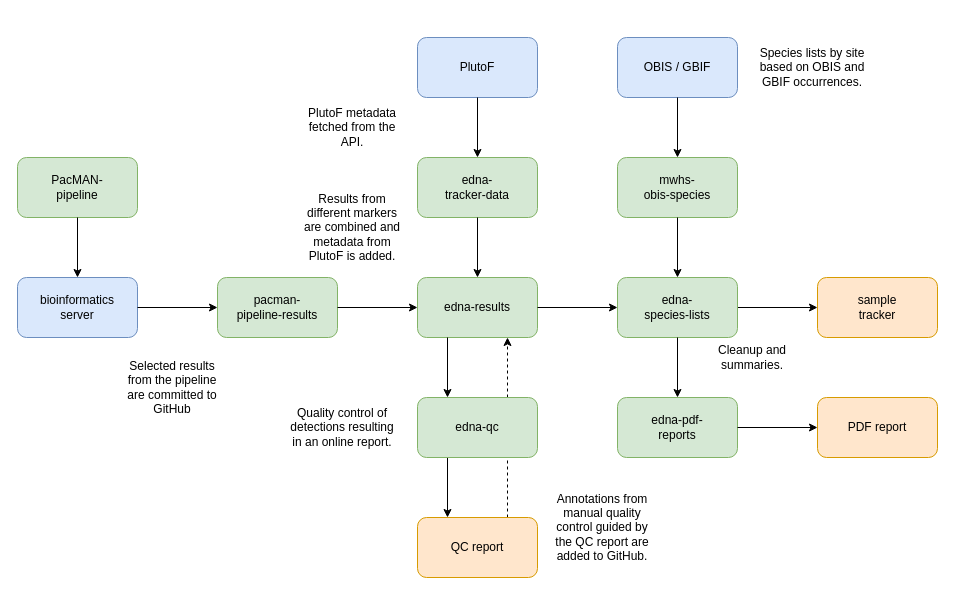
Earlier version of the draw.io diagram data_flow.drawio (iobis/edna-expeditions). Source tidied: cells renumbered, new cells numbered last; positions are measured from the earlier drawing's top-left corner, leaving out a move shared by most shapes. Both pictures are drawn from the tidied source at 100%, with x=0, y=0 at pixel (17, 17).
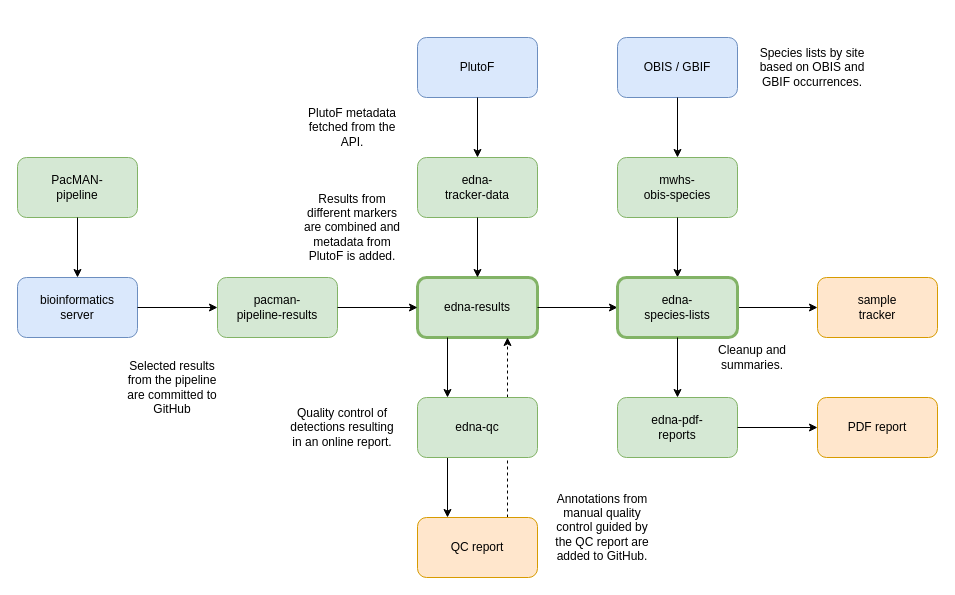
The same page after the edit.

What changed in the source:
```diff
@@
-    <mxCell id="3" value="edna-results" style="rounded=1;whiteSpace=wrap;html=1;fillColor=#d5e8d4;strokeColor=#82b366;" parent="1" vertex="1">
+    <mxCell id="3" value="edna-results" style="rounded=1;whiteSpace=wrap;html=1;fillColor=#d5e8d4;strokeColor=#82b366;strokeWidth=3;" parent="1" vertex="1">
       <mxGeometry x="400" y="260" width="120" height="60" as="geometry" />
     </mxCell>
@@
-    <mxCell id="21" value="edna-&lt;br&gt;species-lists" style="rounded=1;whiteSpace=wrap;html=1;fillColor=#d5e8d4;strokeColor=#82b366;" parent="1" vertex="1">
+    <mxCell id="21" value="edna-&lt;br&gt;species-lists" style="rounded=1;whiteSpace=wrap;html=1;fillColor=#d5e8d4;strokeColor=#82b366;strokeWidth=3;" parent="1" vertex="1">
       <mxGeometry x="600" y="260" width="120" height="60" as="geometry" />
     </mxCell>
```
